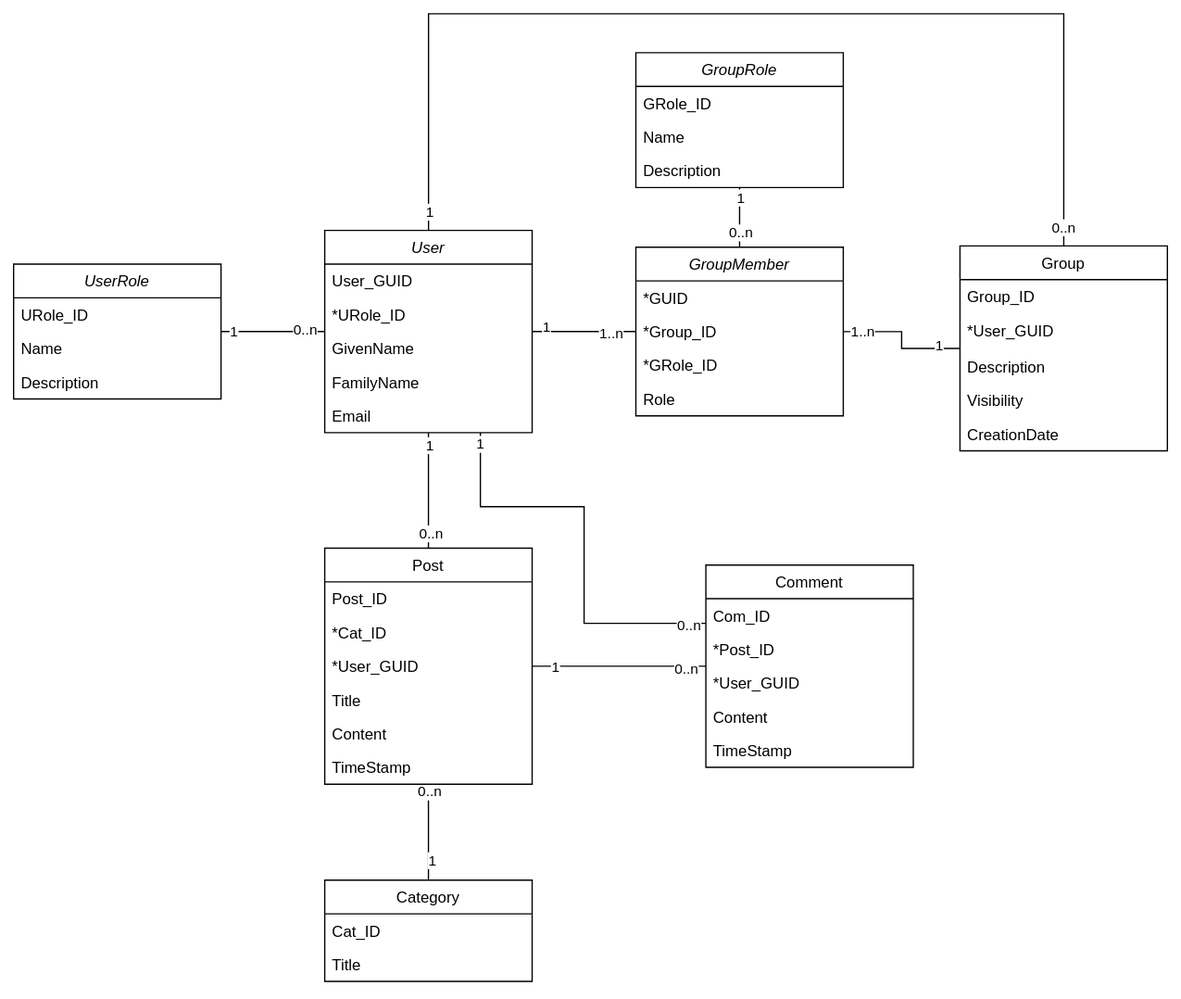
The draw.io diagram image/database/database.svg in StudyConnect-ZHAW/StudyConnect, before a commit. Source tidied: cells renumbered, new cells last; positions are measured from the earlier drawing's top-left corner, leaving out a move shared by most shapes.
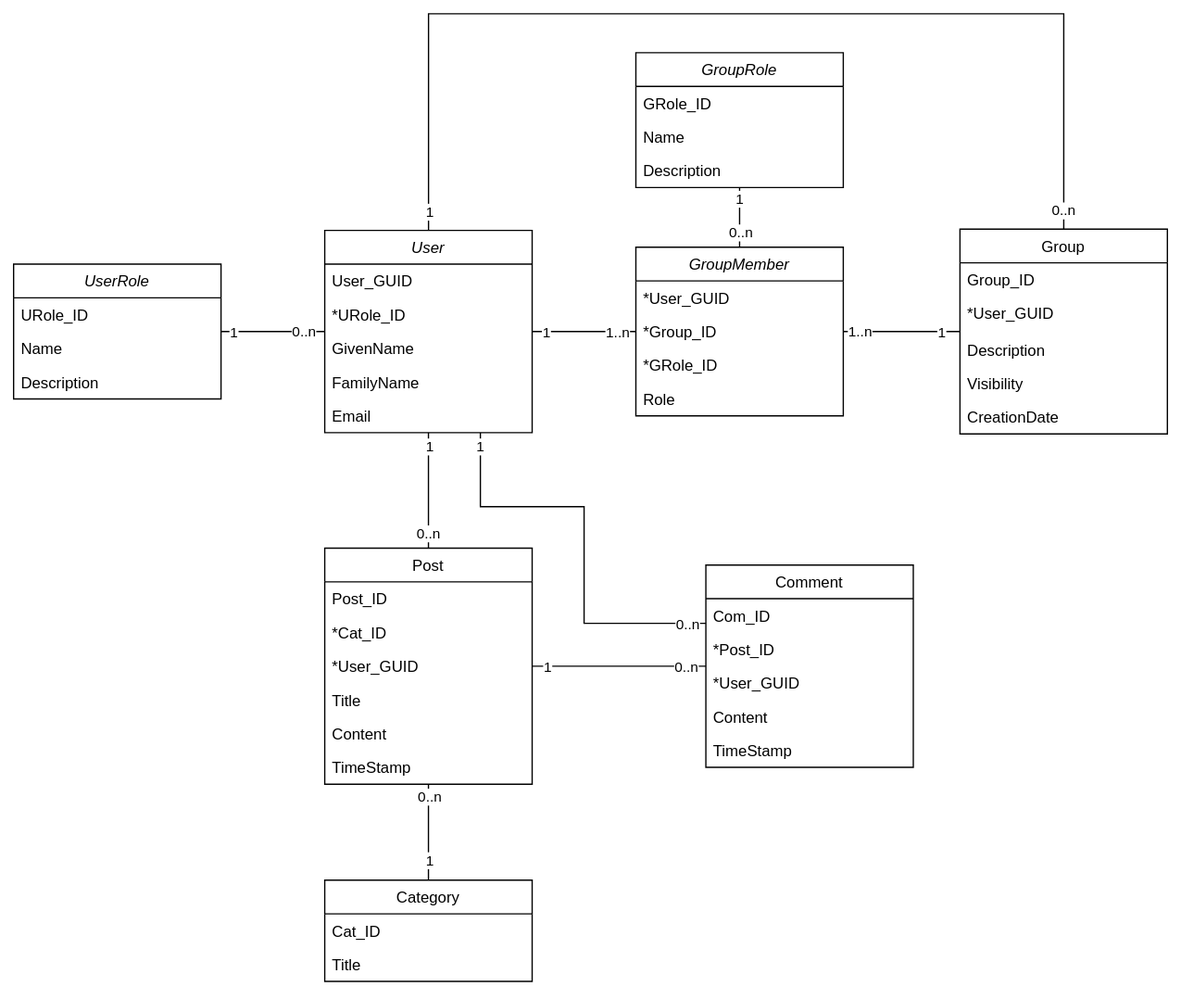
Above is the later version.

Commit message:
Fixing Database schema

The edit, as a diff of the source:
```diff
@@ -7,22 +7,26 @@
     </mxCell>
     <mxCell id="3" value="1" style="edgeLabel;html=1;align=center;verticalAlign=middle;" parent="2" vertex="1">
       <mxGeometry x="-0.91" y="4" relative="1" as="geometry">
-        <mxPoint x="7" as="offset" />
+        <mxPoint x="7" y="4" as="offset" />
       </mxGeometry>
     </mxCell>
     <mxCell id="4" value="1..n" style="edgeLabel;html=1;align=center;verticalAlign=middle;" parent="2" vertex="1">
       <mxGeometry x="0.91" y="-1" relative="1" as="geometry">
-        <mxPoint x="-16" as="offset" />
+        <mxPoint x="-11" y="-1" as="offset" />
       </mxGeometry>
     </mxCell>
     <mxCell id="5" style="edgeStyle=orthogonalEdgeStyle;rounded=0;jettySize=auto;html=1;entryX=0.5;entryY=0;entryDx=0;entryDy=0;endArrow=none;startFill=0;" parent="1" edge="1" source="14" target="38">
       <mxGeometry relative="1" as="geometry" />
     </mxCell>
     <mxCell id="6" value="1" style="edgeLabel;html=1;align=center;verticalAlign=middle;" parent="5" vertex="1">
-      <mxGeometry x="-0.8" relative="1" as="geometry" />
+      <mxGeometry x="-0.8" relative="1" as="geometry">
+        <mxPoint y="1" as="offset" />
+      </mxGeometry>
     </mxCell>
     <mxCell id="7" value="0..n" style="edgeLabel;html=1;align=center;verticalAlign=middle;" parent="5" vertex="1">
-      <mxGeometry x="0.74" y="1" relative="1" as="geometry" />
+      <mxGeometry x="0.74" y="1" relative="1" as="geometry">
+        <mxPoint x="-2" as="offset" />
+      </mxGeometry>
     </mxCell>
     <mxCell id="8" style="edgeStyle=orthogonalEdgeStyle;rounded=0;jettySize=auto;html=1;endArrow=none;startFill=0;" parent="1" edge="1" source="14" target="45">
       <mxGeometry relative="1" as="geometry">
@@ -34,11 +38,13 @@
       </mxGeometry>
     </mxCell>
     <mxCell id="9" value="1" style="edgeLabel;html=1;align=center;verticalAlign=middle;" parent="8" vertex="1">
-      <mxGeometry x="-0.95" y="-1" relative="1" as="geometry" />
+      <mxGeometry x="-0.95" y="-1" relative="1" as="geometry">
+        <mxPoint y="2" as="offset" />
+      </mxGeometry>
     </mxCell>
     <mxCell id="10" value="0..n" style="edgeLabel;html=1;align=center;verticalAlign=middle;" parent="8" vertex="1">
       <mxGeometry x="0.91" y="-1" relative="1" as="geometry">
-        <mxPoint x="1" as="offset" />
+        <mxPoint y="-1" as="offset" />
       </mxGeometry>
     </mxCell>
     <mxCell id="11" style="edgeStyle=orthogonalEdgeStyle;rounded=0;jettySize=auto;html=1;endArrow=none;startFill=0;" parent="1" edge="1" source="14" target="29">
@@ -77,11 +83,13 @@
       <mxGeometry relative="1" as="geometry" />
     </mxCell>
     <mxCell id="21" value="0..n" style="edgeLabel;html=1;align=center;verticalAlign=middle;" parent="20" vertex="1">
-      <mxGeometry x="0.85" relative="1" as="geometry" />
+      <mxGeometry x="0.85" relative="1" as="geometry">
+        <mxPoint y="4" as="offset" />
+      </mxGeometry>
     </mxCell>
     <mxCell id="22" value="1" style="edgeLabel;html=1;align=center;verticalAlign=middle;" parent="20" vertex="1">
       <mxGeometry x="-0.93" y="-2" relative="1" as="geometry">
-        <mxPoint y="-13" as="offset" />
+        <mxPoint x="-2" y="-13" as="offset" />
       </mxGeometry>
     </mxCell>
     <mxCell id="23" value="Category" style="swimlane;fontStyle=0;align=center;verticalAlign=top;horizontal=1;startSize=26;rounded=0;shadow=0;strokeWidth=1;" parent="1" vertex="1">
@@ -102,10 +110,12 @@
       </mxGeometry>
     </mxCell>
     <mxCell id="28" value="1" style="edgeLabel;html=1;align=center;verticalAlign=middle;" parent="26" vertex="1">
-      <mxGeometry x="-0.68" y="-3" relative="1" as="geometry" />
+      <mxGeometry x="-0.68" y="-3" relative="1" as="geometry">
+        <mxPoint y="3" as="offset" />
+      </mxGeometry>
     </mxCell>
     <mxCell id="29" value="Group" style="swimlane;fontStyle=0;align=center;verticalAlign=top;horizontal=1;startSize=26;rounded=0;shadow=0;strokeWidth=1;" parent="1" vertex="1">
-      <mxGeometry x="730" y="179" width="160" height="158" as="geometry" />
+      <mxGeometry x="730" y="166" width="160" height="158" as="geometry" />
     </mxCell>
     <mxCell id="30" value="Group_ID" style="text;align=left;verticalAlign=top;spacingLeft=4;spacingRight=4;overflow=hidden;rounded=0;shadow=0;html=0;" parent="29" vertex="1">
       <mxGeometry y="26" width="160" height="26" as="geometry" />
@@ -127,12 +137,12 @@
     </mxCell>
     <mxCell id="36" value="1" style="edgeLabel;html=1;align=center;verticalAlign=middle;" parent="35" vertex="1">
       <mxGeometry x="-0.69" relative="1" as="geometry">
-        <mxPoint x="-4" as="offset" />
+        <mxPoint x="-10" as="offset" />
       </mxGeometry>
     </mxCell>
     <mxCell id="37" value="0..n" style="edgeLabel;html=1;align=center;verticalAlign=middle;" parent="35" vertex="1">
       <mxGeometry x="0.76" y="-1" relative="1" as="geometry">
-        <mxPoint x="1" as="offset" />
+        <mxPoint x="1" y="-1" as="offset" />
       </mxGeometry>
     </mxCell>
     <mxCell id="38" value="Post" style="swimlane;fontStyle=0;align=center;verticalAlign=top;horizontal=1;startSize=26;rounded=0;shadow=0;strokeWidth=1;" parent="1" vertex="1">
@@ -177,7 +187,7 @@
     <mxCell id="51" value="GroupMember" style="swimlane;fontStyle=2;align=center;verticalAlign=top;horizontal=1;startSize=26;rounded=0;shadow=0;strokeWidth=1;" parent="1" vertex="1">
       <mxGeometry x="480" y="180" width="160" height="130" as="geometry" />
     </mxCell>
-    <mxCell id="52" value="*GUID" style="text;align=left;verticalAlign=top;spacingLeft=4;spacingRight=4;overflow=hidden;" parent="51" vertex="1">
+    <mxCell id="52" value="*User_GUID" style="text;align=left;verticalAlign=top;spacingLeft=4;spacingRight=4;overflow=hidden;" parent="51" vertex="1">
       <mxGeometry y="26" width="160" height="26" as="geometry" />
     </mxCell>
     <mxCell id="53" value="*Group_ID" style="text;align=left;verticalAlign=top;spacingLeft=4;spacingRight=4;overflow=hidden;rounded=0;shadow=0;html=0;" parent="51" vertex="1">
@@ -194,7 +204,7 @@
     </mxCell>
     <mxCell id="57" value="1" style="edgeLabel;html=1;align=center;verticalAlign=middle;" parent="56" vertex="1">
       <mxGeometry x="-0.69" y="2" relative="1" as="geometry">
-        <mxPoint x="-2" as="offset" />
+        <mxPoint x="-3" y="1" as="offset" />
       </mxGeometry>
     </mxCell>
     <mxCell id="58" value="0..n" style="edgeLabel;html=1;align=center;verticalAlign=middle;" parent="56" vertex="1">
@@ -218,11 +228,13 @@
       <mxGeometry relative="1" as="geometry" />
     </mxCell>
     <mxCell id="64" value="0..n" style="edgeLabel;html=1;align=center;verticalAlign=middle;" parent="63" vertex="1">
-      <mxGeometry x="0.63" y="2" relative="1" as="geometry" />
+      <mxGeometry x="0.63" y="2" relative="1" as="geometry">
+        <mxPoint x="-1" y="1" as="offset" />
+      </mxGeometry>
     </mxCell>
     <mxCell id="65" value="1" style="edgeLabel;html=1;align=center;verticalAlign=middle;" parent="63" vertex="1">
       <mxGeometry x="-0.85" y="1" relative="1" as="geometry">
-        <mxPoint x="4" as="offset" />
+        <mxPoint x="4" y="1" as="offset" />
       </mxGeometry>
     </mxCell>
     <mxCell id="66" value="UserRole" style="swimlane;fontStyle=2;align=center;verticalAlign=top;horizontal=1;startSize=26;rounded=0;shadow=0;strokeWidth=1;" parent="1" vertex="1">
```
